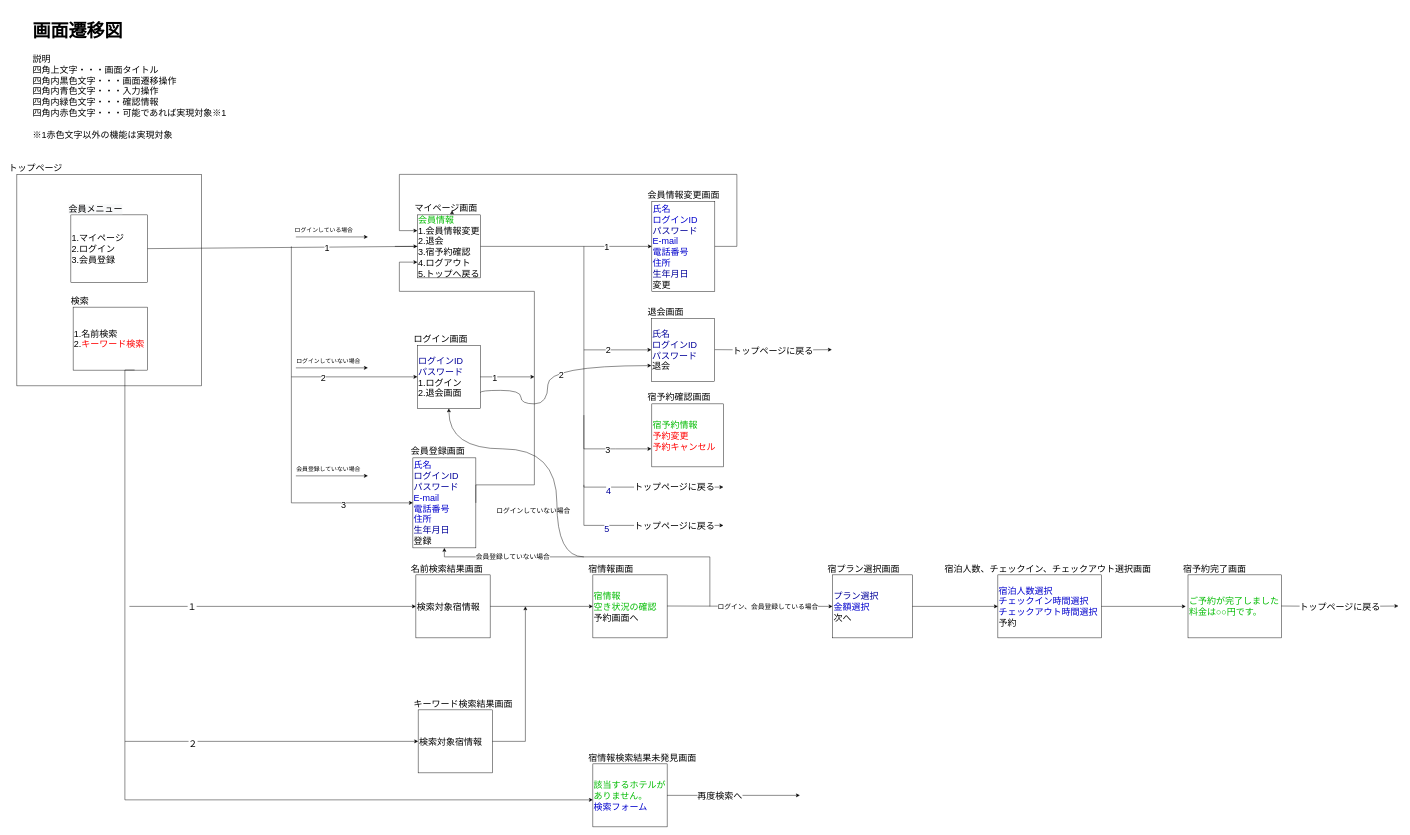
Earlier version of the draw.io diagram レビュー用ファイル/画面遷移図ユーザ視点.drawio (2022java42-student006/document). Source tidied: cells renumbered, new cells numbered last; positions are measured from the earlier drawing's top-left corner, leaving out a move shared by most shapes. Both pictures are drawn from the tidied source at 45%, with x=0, y=0 at pixel (8, 12).
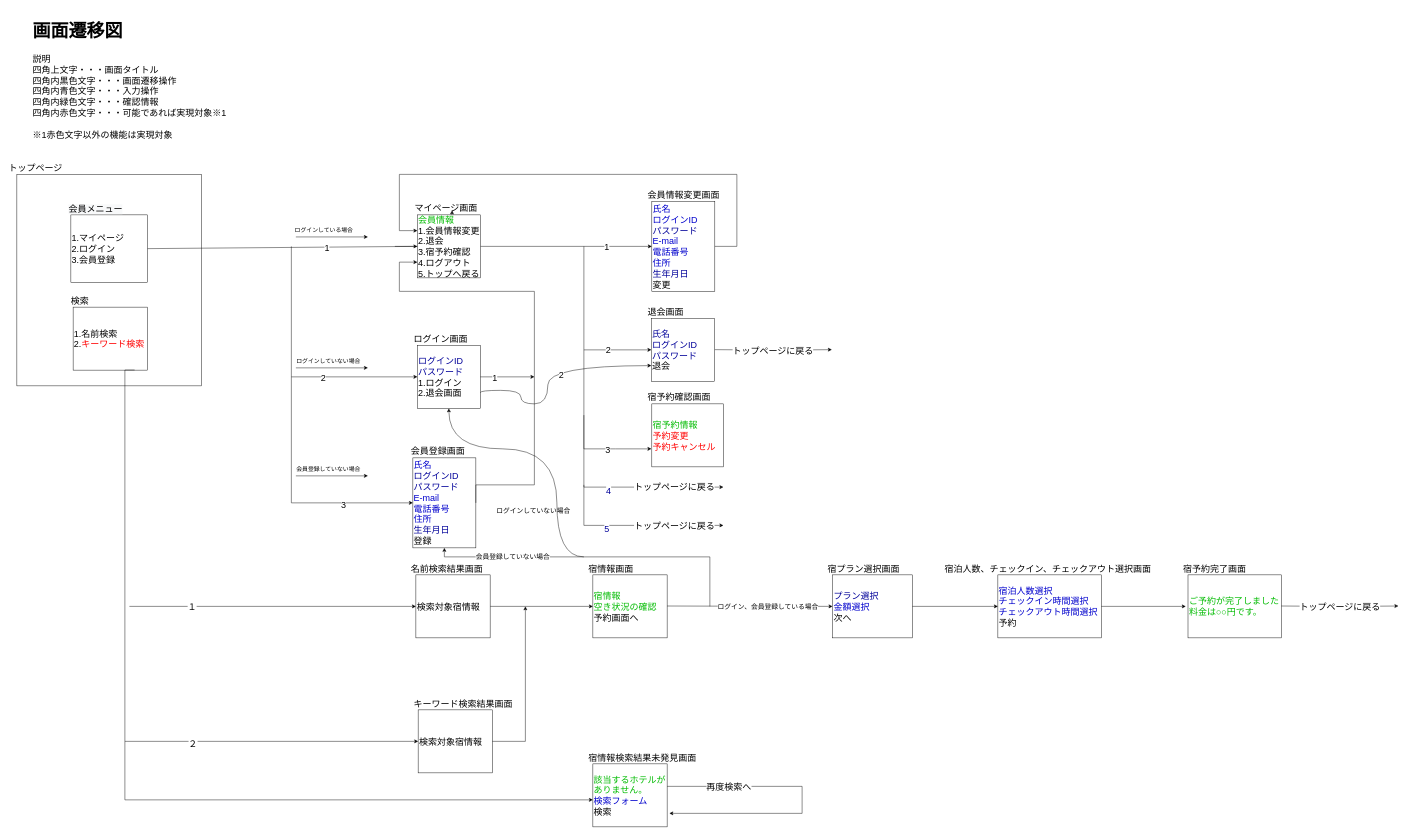
After the change.

Commit message (it also covers changes not shown here):
画面遷移図 宿検索結果未発見画面に検索フォームとボタンを追加して結果が見つかるまで再度検索をする遷移を追加しました。

What changed in the source:
```diff
@@
-    <mxCell id="80" value="&lt;font color=&quot;#00bb00&quot;&gt;該当するホテルがありません。&lt;/font&gt;&lt;br&gt;&lt;font color=&quot;#0000cc&quot;&gt;検索フォーム&lt;/font&gt;" style="rounded=0;whiteSpace=wrap;html=1;fontSize=20;align=left;" parent="1" vertex="1">
+    <mxCell id="80" value="&lt;font color=&quot;#00bb00&quot;&gt;該当するホテルがありません。&lt;/font&gt;&lt;br&gt;&lt;font color=&quot;#0000cc&quot;&gt;検索フォーム&lt;/font&gt;&lt;br&gt;検索" style="rounded=0;whiteSpace=wrap;html=1;fontSize=20;align=left;" parent="1" vertex="1">
       <mxGeometry x="1300" y="1670" width="165" height="140" as="geometry" />
     </mxCell>
@@
-    <mxCell id="82" style="endArrow=classic;html=1;rounded=0;fontColor=#00BB00;exitX=1;exitY=0.5;exitDx=0;exitDy=0;" parent="1" edge="1" source="80">
-      <mxGeometry relative="1" as="geometry">
-        <mxPoint x="1760" y="1740" as="targetPoint" />
-      </mxGeometry>
-    </mxCell>
-    <mxCell id="83" value="&lt;font style=&quot;font-size: 20px;&quot; color=&quot;#000000&quot;&gt;再度検索へ&lt;/font&gt;" style="edgeLabel;html=1;align=center;verticalAlign=middle;fontColor=#00BB00;" parent="82" vertex="1">
-      <mxGeometry x="-0.34" y="-5" relative="1" as="geometry">
-        <mxPoint x="19" y="-5" as="offset" />
-      </mxGeometry>
-    </mxCell>
@@
+    <mxCell id="91" style="endArrow=classic;html=1;rounded=0;fontColor=#00BB00;edgeStyle=orthogonalEdgeStyle;" parent="1" edge="1">
+      <mxGeometry relative="1" as="geometry">
+        <mxPoint x="1465" y="1720" as="sourcePoint" />
+        <mxPoint x="1470" y="1780" as="targetPoint" />
+        <Array as="points">
+          <mxPoint x="1765" y="1720" />
+          <mxPoint x="1765" y="1780" />
+        </Array>
+      </mxGeometry>
+    </mxCell>
+    <mxCell id="83" value="&lt;font style=&quot;font-size: 20px;&quot; color=&quot;#000000&quot;&gt;再度検索へ&lt;/font&gt;" style="edgeLabel;html=1;align=center;verticalAlign=middle;fontColor=#00BB00;" parent="91" vertex="1">
+      <mxGeometry x="-0.34" y="-5" relative="1" as="geometry">
+        <mxPoint x="-80" y="-5" as="offset" />
+      </mxGeometry>
+    </mxCell>
```
